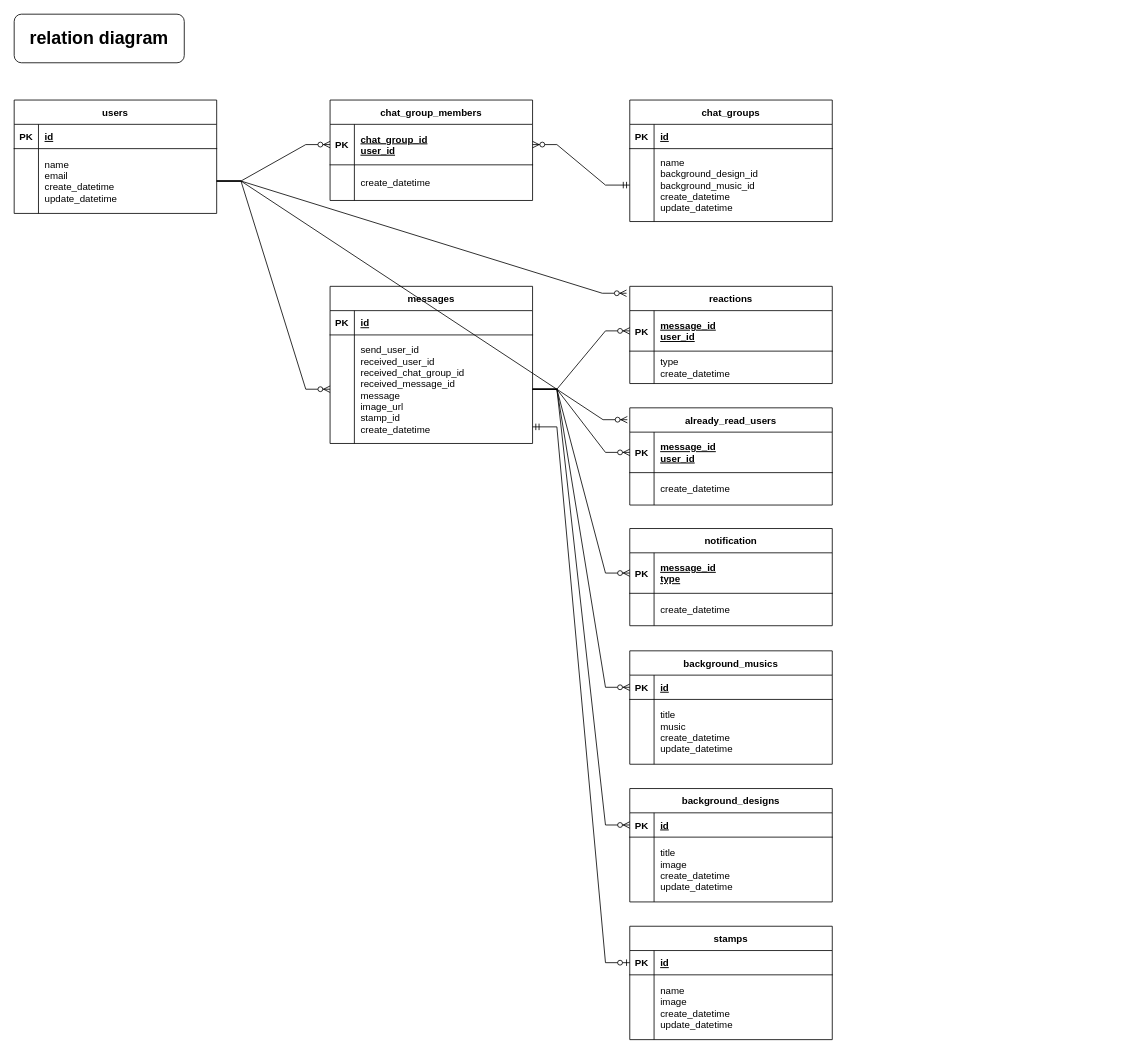
Earlier version of the draw.io diagram docs/data_models/data_model.drawio (mitsuaki1229/ChatFeature). Source tidied: cells renumbered, new cells numbered last; positions are measured from the earlier drawing's top-left corner, leaving out a move shared by most shapes. Both pictures are drawn from the tidied source at 81%, with x=0, y=0 at pixel (14, 14).
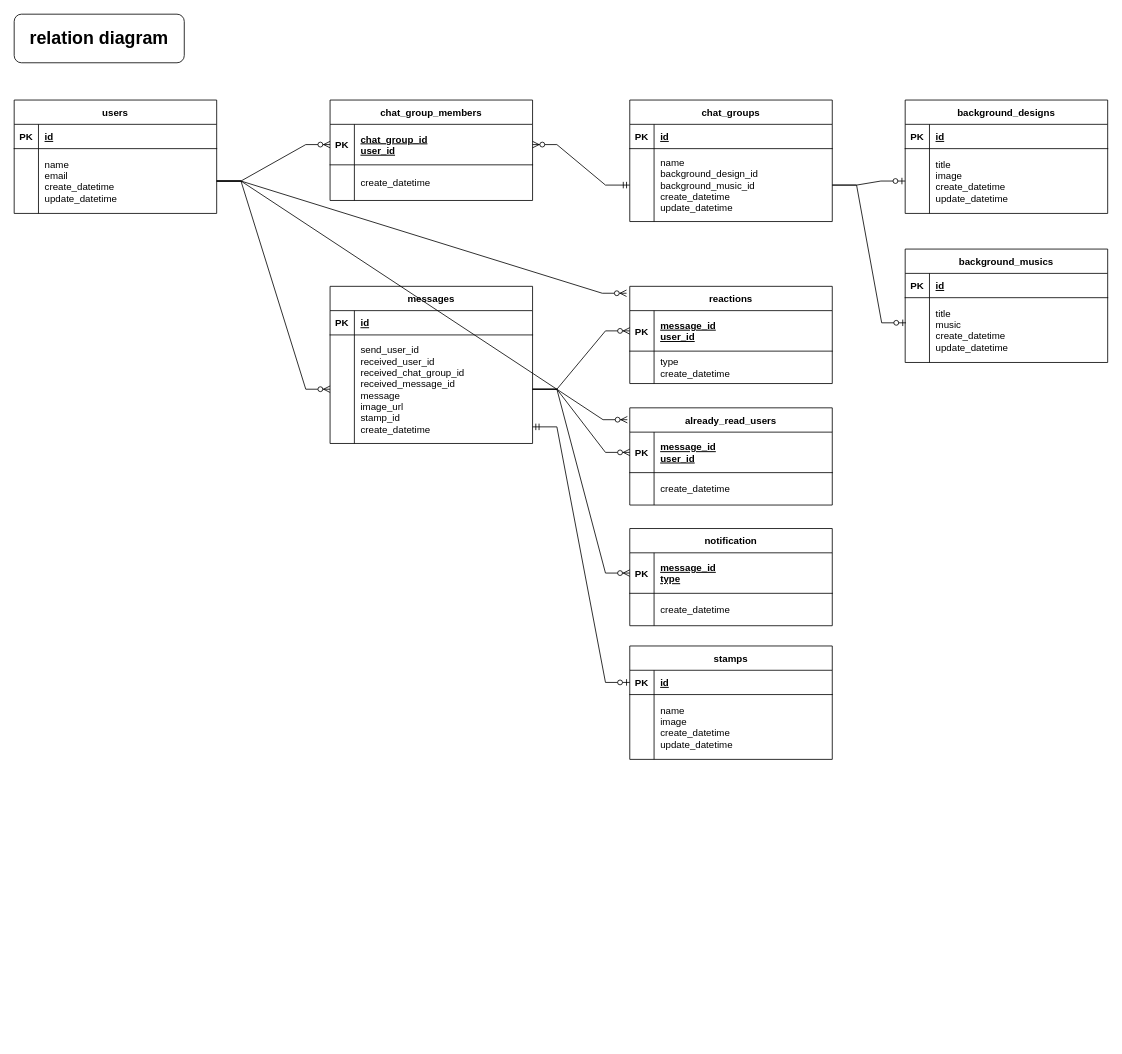
The same page after the edit.

Unchanged cells that the change refers to:
```xml
<mxCell id="13" style="shape=partialRectangle;fillColor=none;points=[[0,0.5],[1,0.5]];portConstraint=eastwest;top=0;left=0;right=0;bottom=0;" parent="9" vertex="1">
  <mxGeometry y="60" width="250" height="90" as="geometry" />
</mxCell>
<mxCell id="27" style="shape=partialRectangle;fillColor=none;points=[[0,0.5],[1,0.5]];portConstraint=eastwest;top=0;left=0;right=0;bottom=0;" parent="23" vertex="1">
  <mxGeometry y="60" width="250" height="134" as="geometry" />
</mxCell>
<mxCell id="52" style="shape=partialRectangle;fillColor=none;points=[[0,0.5],[1,0.5]];portConstraint=eastwest;top=0;left=0;right=0;bottom=1;" parent="51" vertex="1">
  <mxGeometry y="30" width="250" height="30" as="geometry" />
</mxCell>
<mxCell id="55" style="shape=partialRectangle;fillColor=none;points=[[0,0.5],[1,0.5]];portConstraint=eastwest;top=0;left=0;right=0;bottom=0;" parent="51" vertex="1">
  <mxGeometry y="60" width="250" height="80" as="geometry" />
</mxCell>
<mxCell id="59" style="shape=partialRectangle;fillColor=none;points=[[0,0.5],[1,0.5]];portConstraint=eastwest;top=0;left=0;right=0;bottom=1;" parent="58" vertex="1">
  <mxGeometry y="30" width="250" height="30" as="geometry" />
</mxCell>
<mxCell id="62" style="shape=partialRectangle;fillColor=none;points=[[0,0.5],[1,0.5]];portConstraint=eastwest;top=0;left=0;right=0;bottom=0;" parent="58" vertex="1">
  <mxGeometry y="60" width="250" height="80" as="geometry" />
</mxCell>
```

Diff of the diagram source:
```diff
@@
     <mxCell id="51" value="background_designs" style="shape=table;startSize=30;childLayout=tableLayout;rowLines=0;fontStyle=1;align=center;" parent="1" vertex="1">
-      <mxGeometry x="760" y="956" width="250" height="140" as="geometry" />
+      <mxGeometry x="1100" y="106" width="250" height="140" as="geometry" />
     </mxCell>
@@
     <mxCell id="58" value="background_musics" style="shape=table;startSize=30;childLayout=tableLayout;rowLines=0;fontStyle=1;align=center;" parent="1" vertex="1">
-      <mxGeometry x="760" y="786" width="250" height="140" as="geometry" />
+      <mxGeometry x="1100" y="290" width="250" height="140" as="geometry" />
     </mxCell>
@@
     <mxCell id="65" value="stamps" style="shape=table;startSize=30;childLayout=tableLayout;rowLines=0;fontStyle=1;align=center;" parent="1" vertex="1">
-      <mxGeometry x="760" y="1126" width="250" height="140" as="geometry" />
+      <mxGeometry x="760" y="780" width="250" height="140" as="geometry" />
     </mxCell>
@@
-    <mxCell id="77" style="edgeStyle=entityRelationEdgeStyle;fontSize=12;html=1;endArrow=ERzeroToMany;endFill=1;rounded=0;entryX=0;entryY=0.5;entryDx=0;entryDy=0;" parent="1" edge="1" source="27" target="59">
-      <mxGeometry relative="1" as="geometry" />
-    </mxCell>
-    <mxCell id="78" style="edgeStyle=entityRelationEdgeStyle;fontSize=12;html=1;endArrow=ERzeroToMany;endFill=1;rounded=0;exitX=1;exitY=0.5;exitDx=0;exitDy=0;" parent="1" edge="1" source="27" target="52">
-      <mxGeometry relative="1" as="geometry" />
-    </mxCell>
@@
+    <mxCell id="84" style="edgeStyle=entityRelationEdgeStyle;fontSize=12;html=1;endArrow=ERzeroToOne;endFill=1;rounded=0;" parent="1" edge="1" source="13" target="55">
+      <mxGeometry relative="1" as="geometry" />
+    </mxCell>
+    <mxCell id="85" style="edgeStyle=entityRelationEdgeStyle;fontSize=12;html=1;endArrow=ERzeroToOne;endFill=1;rounded=0;exitX=1;exitY=0.5;exitDx=0;exitDy=0;entryX=0.004;entryY=0.388;entryDx=0;entryDy=0;entryPerimeter=0;" parent="1" edge="1" source="13" target="62">
+      <mxGeometry relative="1" as="geometry" />
+    </mxCell>
```
